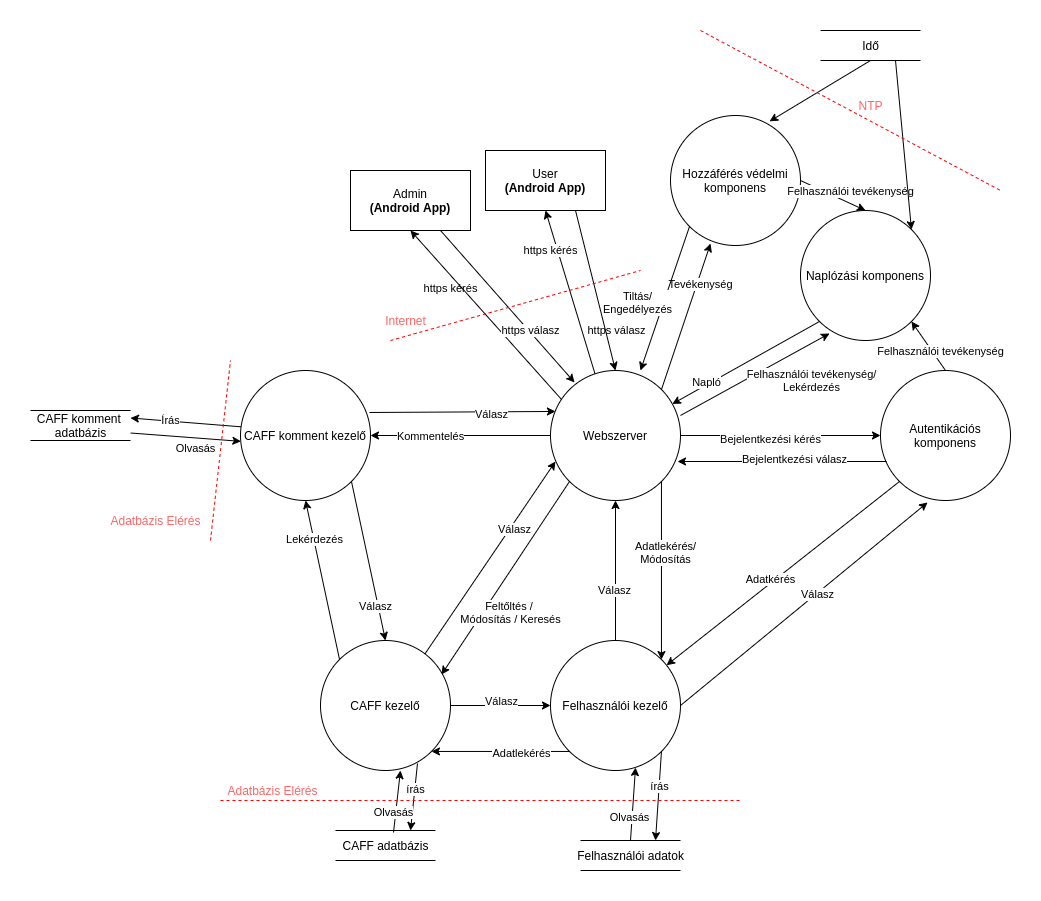
Earlier version of the draw.io export plans/DataFlow.drawio.png (zuper1998/SzamBiztHF). Source tidied: cells renumbered, new cells last; positions are measured from the earlier drawing's top-left corner, leaving out a move shared by most shapes.
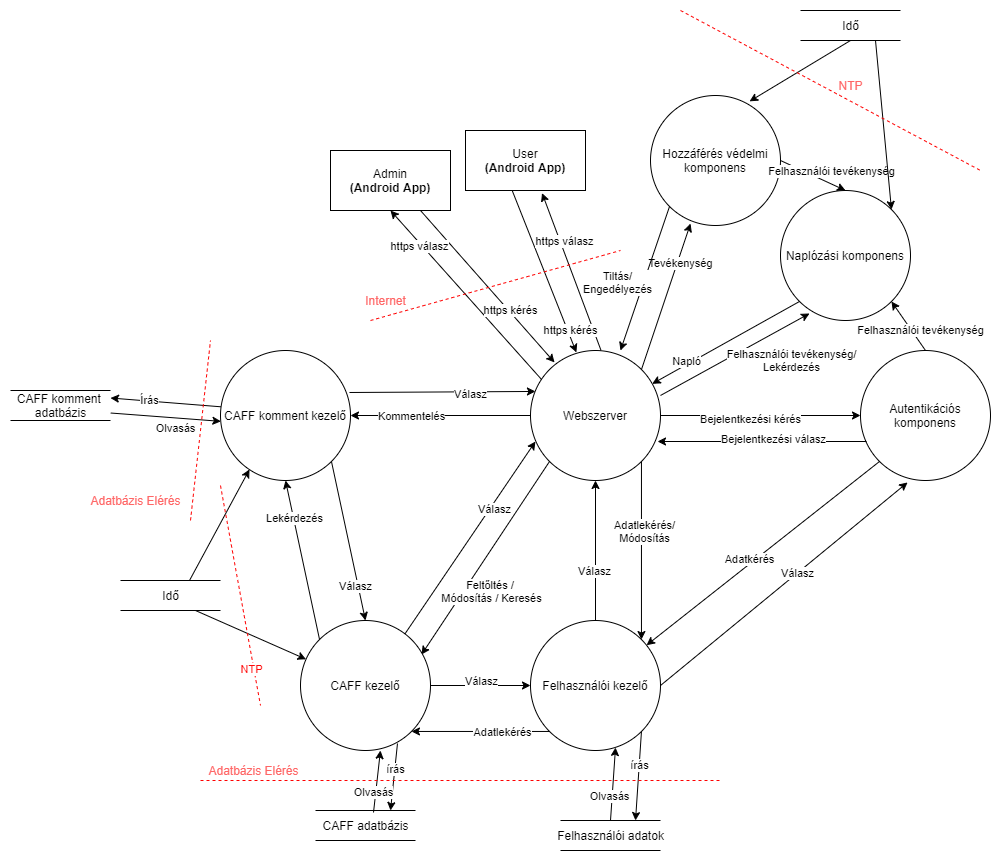
After the change.

What changed in the source:
```diff
@@ -5,14 +5,9 @@
     <mxCell id="2" value="Hozzáférés védelmi komponens" style="ellipse;whiteSpace=wrap;html=1;" parent="1" vertex="1">
       <mxGeometry x="640" y="85" width="130" height="130" as="geometry" />
     </mxCell>
-    <mxCell id="3" style="rounded=0;jettySize=auto;html=1;exitX=0.346;exitY=0.038;exitDx=0;exitDy=0;entryX=0.5;entryY=1;entryDx=0;entryDy=0;exitPerimeter=0;" parent="1" edge="1" source="17" target="19">
+    <mxCell id="3" style="rounded=0;jettySize=auto;html=1;exitX=0.39;exitY=1.005;exitDx=0;exitDy=0;exitPerimeter=0;entryX=0.353;entryY=0.015;entryDx=0;entryDy=0;entryPerimeter=0;" parent="1" edge="1" source="19" target="17">
       <mxGeometry relative="1" as="geometry" />
     </mxCell>
-    <mxCell id="4" value="https válasz" style="edgeLabel;html=1;align=center;verticalAlign=middle;" parent="3" vertex="1">
-      <mxGeometry x="0.31" y="3" relative="1" as="geometry">
-        <mxPoint x="56" y="62" as="offset" />
-      </mxGeometry>
-    </mxCell>
     <mxCell id="5" style="edgeStyle=none;rounded=0;jettySize=auto;html=1;exitX=1;exitY=0.5;exitDx=0;exitDy=0;entryX=0;entryY=0.5;entryDx=0;entryDy=0;" parent="1" edge="1" source="17" target="29">
       <mxGeometry relative="1" as="geometry" />
     </mxCell>
@@ -58,23 +53,26 @@
     <mxCell id="17" value="Webszerver" style="ellipse;whiteSpace=wrap;html=1;" parent="1" vertex="1">
       <mxGeometry x="520" y="340" width="130" height="130" as="geometry" />
     </mxCell>
-    <mxCell id="18" value="https kérés" style="rounded=0;jettySize=auto;html=1;exitX=0.75;exitY=1;exitDx=0;exitDy=0;entryX=0.5;entryY=0;entryDx=0;entryDy=0;" parent="1" edge="1" source="19" target="17">
-      <mxGeometry x="-0.6" y="-34" relative="1" as="geometry" />
+    <mxCell id="18" value="https kérés" style="rounded=0;jettySize=auto;html=1;exitX=0.542;exitY=-0.002;exitDx=0;exitDy=0;entryX=0.638;entryY=1.043;entryDx=0;entryDy=0;entryPerimeter=0;exitPerimeter=0;" parent="1" edge="1" source="17" target="19">
+      <mxGeometry x="-0.65" y="22" relative="1" as="geometry" />
     </mxCell>
+    <mxCell id="84" value="https válasz" style="edgeLabel;html=1;align=center;verticalAlign=middle;" parent="18" vertex="1">
+      <mxGeometry x="0.29" y="-1" relative="1" as="geometry">
+        <mxPoint y="-8" as="offset" />
+      </mxGeometry>
+    </mxCell>
     <mxCell id="19" value="User&lt;br&gt;&lt;b&gt;(Android App)&lt;/b&gt;" style="rounded=0;whiteSpace=wrap;html=1;" parent="1" vertex="1">
       <mxGeometry x="455" y="120" width="120" height="60" as="geometry" />
     </mxCell>
     <mxCell id="20" style="edgeStyle=none;rounded=0;jettySize=auto;html=1;exitX=0.75;exitY=1;exitDx=0;exitDy=0;entryX=0.185;entryY=0.092;entryDx=0;entryDy=0;entryPerimeter=0;" parent="1" edge="1" source="23" target="17">
       <mxGeometry relative="1" as="geometry" />
     </mxCell>
-    <mxCell id="21" value="https kérés" style="edgeLabel;html=1;align=center;verticalAlign=middle;" parent="20" vertex="1">
-      <mxGeometry x="-0.22" y="2" relative="1" as="geometry">
-        <mxPoint x="-44" as="offset" />
-      </mxGeometry>
-    </mxCell>
-    <mxCell id="22" value="&lt;span style=&quot;color: rgb(0 , 0 , 0) ; font-family: &amp;#34;helvetica&amp;#34; ; font-size: 11px ; font-style: normal ; font-weight: 400 ; letter-spacing: normal ; text-align: center ; text-indent: 0px ; text-transform: none ; word-spacing: 0px ; background-color: rgb(255 , 255 , 255) ; display: inline ; float: none&quot;&gt;https válasz&lt;/span&gt;" style="edgeStyle=none;rounded=0;jettySize=auto;html=1;entryX=0.5;entryY=1;entryDx=0;entryDy=0;exitX=0.085;exitY=0.223;exitDx=0;exitDy=0;exitPerimeter=0;" parent="1" edge="1" source="17" target="23">
+    <mxCell id="22" value="https kérés" style="edgeStyle=none;rounded=0;jettySize=auto;html=1;entryX=0.5;entryY=1;entryDx=0;entryDy=0;exitX=0.085;exitY=0.223;exitDx=0;exitDy=0;exitPerimeter=0;" parent="1" edge="1" source="17" target="23">
       <mxGeometry x="-0.36" y="-23" relative="1" as="geometry" />
     </mxCell>
+    <mxCell id="85" value="https válasz" style="edgeLabel;html=1;align=center;verticalAlign=middle;" parent="22" vertex="1">
+      <mxGeometry x="0.59" y="2" relative="1" as="geometry" />
+    </mxCell>
     <mxCell id="23" value="Admin&lt;br&gt;&lt;b&gt;(Android App)&lt;/b&gt;" style="rounded=0;whiteSpace=wrap;html=1;" parent="1" vertex="1">
       <mxGeometry x="320" y="140" width="120" height="60" as="geometry" />
     </mxCell>
@@ -282,5 +280,23 @@
         <mxPoint x="200" y="330" as="targetPoint" />
       </mxGeometry>
     </mxCell>
+    <mxCell id="86" style="rounded=0;jettySize=auto;html=1;exitX=0.69;exitY=0;exitDx=0;exitDy=0;entryX=0.223;entryY=0.915;entryDx=0;entryDy=0;entryPerimeter=0;exitPerimeter=0;" parent="1" edge="1" source="88" target="47">
+      <mxGeometry relative="1" as="geometry" />
+    </mxCell>
+    <mxCell id="87" style="edgeStyle=none;rounded=0;jettySize=auto;html=1;exitX=0.75;exitY=1;exitDx=0;exitDy=0;" parent="1" edge="1" source="88" target="57">
+      <mxGeometry relative="1" as="geometry" />
+    </mxCell>
+    <mxCell id="88" value="Idő" style="html=1;dashed=0;whitespace=wrap;shape=partialRectangle;right=0;left=0;" parent="1" vertex="1">
+      <mxGeometry x="110" y="570" width="100" height="30" as="geometry" />
+    </mxCell>
+    <mxCell id="89" style="endArrow=none;dashed=1;html=1;rounded=0;fillColor=#f8cecc;strokeColor=#FF0000;fontColor=#FF0808;" parent="1" edge="1">
+      <mxGeometry relative="1" as="geometry">
+        <mxPoint x="210" y="475" as="sourcePoint" />
+        <mxPoint x="250" y="695" as="targetPoint" />
+      </mxGeometry>
+    </mxCell>
+    <mxCell id="90" value="NTP" style="edgeLabel;html=1;align=center;verticalAlign=middle;fontColor=#FF0808;" parent="89" vertex="1">
+      <mxGeometry x="0.67" y="-3" relative="1" as="geometry" />
+    </mxCell>
   </root>
 </mxGraphModel>
```
